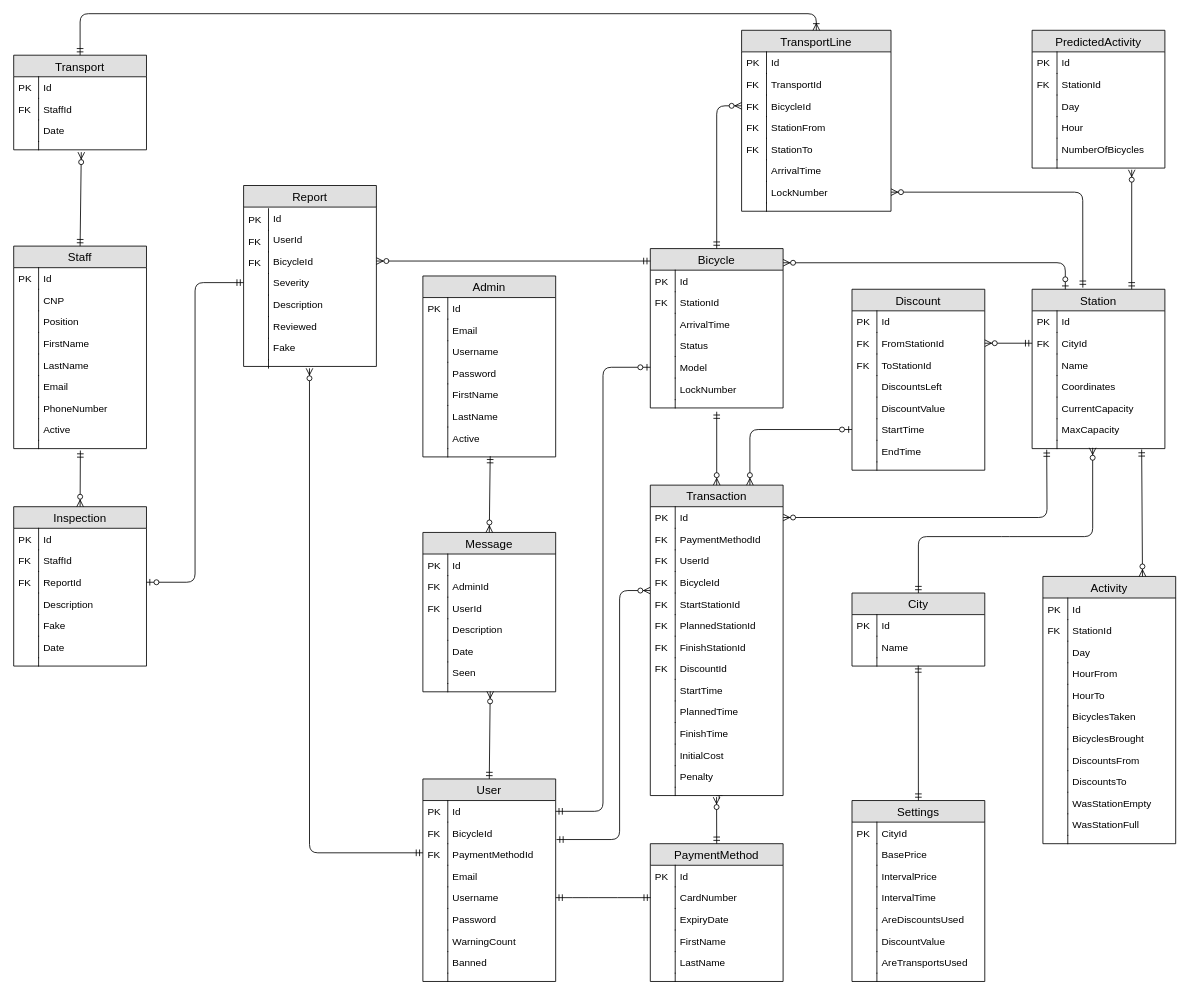
Before: Documentation/Database/Diagrams/Database Diagram.drawio in Tiberiu-Cocei/Licenta, a draw.io diagram. Source tidied: cells renumbered, new cells numbered last; positions are measured from the earlier drawing's top-left corner, leaving out a move shared by most shapes. Both pictures are drawn from the tidied source at 83%, with x=0, y=0 at pixel (13, 13).
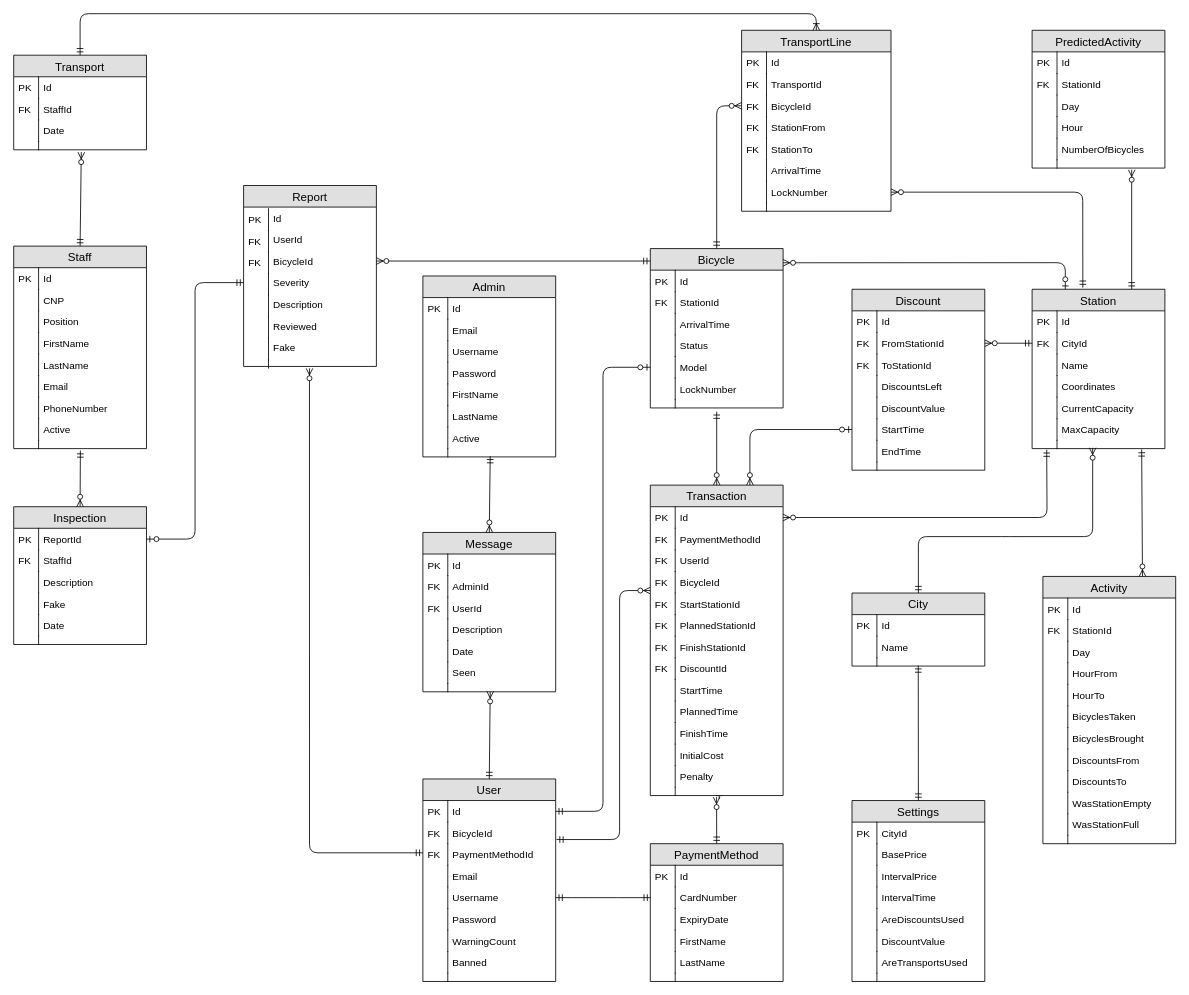
Above is the later version.

What changed in the source:
```diff
@@
     <mxCell id="98" value="Inspection" style="swimlane;fontStyle=0;horizontal=1;startSize=26;fillColor=#e0e0e0;swimlaneFillColor=#ffffff;align=center;fontSize=14;" parent="1" vertex="1">
-      <mxGeometry y="594" width="160" height="192" as="geometry" />
+      <mxGeometry y="594" width="160" height="166" as="geometry" />
     </mxCell>
-    <mxCell id="99" value="Id" style="shape=partialRectangle;top=0;left=0;right=0;bottom=0;align=left;verticalAlign=top;fillColor=none;spacingLeft=34;spacingRight=4;overflow=hidden;fontSize=12;" parent="98" vertex="1">
-      <mxGeometry y="26" width="160" height="26" as="geometry" />
-    </mxCell>
-    <mxCell id="100" value="PK" style="shape=partialRectangle;top=0;left=0;bottom=0;fillColor=none;align=left;verticalAlign=top;spacingLeft=4;spacingRight=4;overflow=hidden;fontSize=12;" parent="99" vertex="1">
-      <mxGeometry width="30" height="26" as="geometry" />
-    </mxCell>
+    <mxCell id="103" value="ReportId" style="shape=partialRectangle;top=0;left=0;right=0;bottom=0;align=left;verticalAlign=top;fillColor=none;spacingLeft=34;spacingRight=4;overflow=hidden;points=[[0,0.5],[1,0.5]];portConstraint=eastwest;fontSize=12;" parent="98" vertex="1">
+      <mxGeometry y="26" width="160" height="26" as="geometry" />
+    </mxCell>
+    <mxCell id="104" value="PK" style="shape=partialRectangle;top=0;left=0;bottom=0;fillColor=none;align=left;verticalAlign=top;spacingLeft=4;spacingRight=4;overflow=hidden;fontSize=12;" parent="103" vertex="1">
+      <mxGeometry width="30" height="26" as="geometry" />
+    </mxCell>
@@
-    <mxCell id="103" value="ReportId" style="shape=partialRectangle;top=0;left=0;right=0;bottom=0;align=left;verticalAlign=top;fillColor=none;spacingLeft=34;spacingRight=4;overflow=hidden;points=[[0,0.5],[1,0.5]];portConstraint=eastwest;fontSize=12;" parent="98" vertex="1">
-      <mxGeometry y="78" width="160" height="26" as="geometry" />
-    </mxCell>
-    <mxCell id="104" value="FK" style="shape=partialRectangle;top=0;left=0;bottom=0;fillColor=none;align=left;verticalAlign=top;spacingLeft=4;spacingRight=4;overflow=hidden;fontSize=12;" parent="103" vertex="1">
-      <mxGeometry width="30" height="26" as="geometry" />
-    </mxCell>
     <mxCell id="105" value="Description" style="shape=partialRectangle;top=0;left=0;right=0;bottom=0;align=left;verticalAlign=top;fillColor=none;spacingLeft=34;spacingRight=4;overflow=hidden;fontSize=12;" parent="98" vertex="1">
-      <mxGeometry y="104" width="160" height="26" as="geometry" />
+      <mxGeometry y="78" width="160" height="26" as="geometry" />
     </mxCell>
@@
     <mxCell id="107" value="Fake" style="shape=partialRectangle;top=0;left=0;right=0;bottom=0;align=left;verticalAlign=top;fillColor=none;spacingLeft=34;spacingRight=4;overflow=hidden;fontSize=12;" parent="98" vertex="1">
-      <mxGeometry y="130" width="160" height="26" as="geometry" />
+      <mxGeometry y="104" width="160" height="26" as="geometry" />
     </mxCell>
@@
     <mxCell id="109" value="Date" style="shape=partialRectangle;top=0;left=0;right=0;bottom=0;align=left;verticalAlign=top;fillColor=none;spacingLeft=34;spacingRight=4;overflow=hidden;fontSize=12;" parent="98" vertex="1">
-      <mxGeometry y="156" width="160" height="26" as="geometry" />
+      <mxGeometry y="130" width="160" height="26" as="geometry" />
     </mxCell>
@@
     <mxCell id="111" style="shape=partialRectangle;top=0;left=0;right=0;bottom=0;align=left;verticalAlign=top;fillColor=none;spacingLeft=34;spacingRight=4;overflow=hidden;fontSize=12;" parent="98" vertex="1">
-      <mxGeometry y="182" width="160" height="10" as="geometry" />
+      <mxGeometry y="156" width="160" height="10" as="geometry" />
     </mxCell>
```
